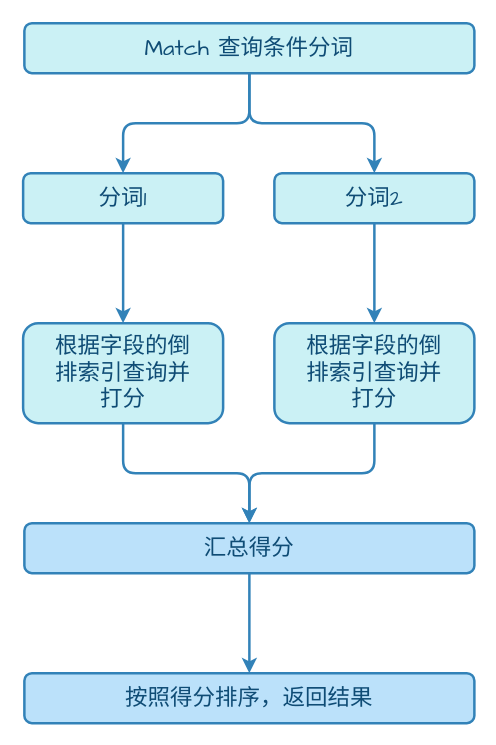
dunwu/waterdrop keeps this draw.io diagram as page "Match查询过程" (1 of 6) of assets/数据库/搜索引擎数据库/Elasticsearch.drawio. Above is the earlier version. Source tidied: cells renumbered, new cells numbered last; positions are measured from the earlier drawing's top-left corner, leaving out a move shared by most shapes. Both pictures are drawn from the tidied source at 125%, with x=0, y=0 at pixel (22, 22).
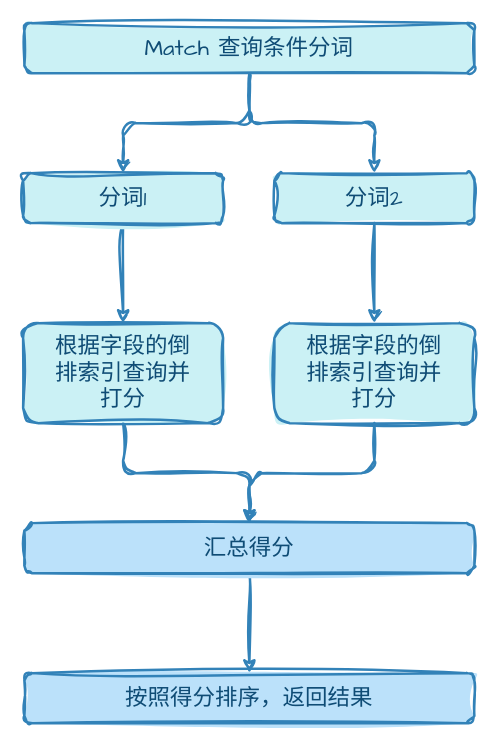
The same page after the edit.

The edit, as a diff of the source:
```diff
@@
 <mxGraphModel>
   <root>
     <mxCell id="0" />
     <mxCell id="1" parent="0" />
-    <mxCell id="2" style="edgeStyle=orthogonalEdgeStyle;shape=connector;rounded=1;jettySize=auto;html=1;exitX=0.5;exitY=1;exitDx=0;exitDy=0;entryX=0.5;entryY=0;entryDx=0;entryDy=0;labelBackgroundColor=default;strokeColor=#3282B8;strokeWidth=2;align=center;verticalAlign=middle;fontFamily=Comic Sans MS;fontSize=18;fontColor=#0F4C75;endArrow=classic;" parent="1" edge="1" source="4" target="6">
+    <mxCell id="2" style="edgeStyle=orthogonalEdgeStyle;shape=connector;rounded=1;jettySize=auto;html=1;exitX=0.5;exitY=1;exitDx=0;exitDy=0;entryX=0.5;entryY=0;entryDx=0;entryDy=0;labelBackgroundColor=default;strokeColor=#3282B8;strokeWidth=2;align=center;verticalAlign=middle;fontFamily=Comic Sans MS;fontSize=18;fontColor=#0F4C75;endArrow=classic;sketch=1;curveFitting=1;jiggle=2;" parent="1" edge="1" source="4" target="6">
       <mxGeometry relative="1" as="geometry" />
     </mxCell>
-    <mxCell id="3" style="edgeStyle=orthogonalEdgeStyle;shape=connector;rounded=1;jettySize=auto;html=1;entryX=0.5;entryY=0;entryDx=0;entryDy=0;labelBackgroundColor=default;strokeColor=#3282B8;strokeWidth=2;align=center;verticalAlign=middle;fontFamily=Comic Sans MS;fontSize=18;fontColor=#0F4C75;endArrow=classic;" parent="1" edge="1" source="4" target="8">
+    <mxCell id="3" style="edgeStyle=orthogonalEdgeStyle;shape=connector;rounded=1;jettySize=auto;html=1;entryX=0.5;entryY=0;entryDx=0;entryDy=0;labelBackgroundColor=default;strokeColor=#3282B8;strokeWidth=2;align=center;verticalAlign=middle;fontFamily=Comic Sans MS;fontSize=18;fontColor=#0F4C75;endArrow=classic;sketch=1;curveFitting=1;jiggle=2;" parent="1" edge="1" source="4" target="8">
       <mxGeometry relative="1" as="geometry" />
     </mxCell>
-    <mxCell id="4" value="Match 查询条件分词" style="rounded=1;whiteSpace=wrap;html=1;shadow=0;strokeColor=#3282B8;strokeWidth=2;align=center;verticalAlign=middle;spacing=20;fontFamily=Comic Sans MS;fontSize=18;fontColor=#0F4C75;fillColor=#CBF1F5;" parent="1" vertex="1">
+    <mxCell id="4" value="Match 查询条件分词" style="rounded=1;whiteSpace=wrap;html=1;shadow=0;strokeColor=#3282B8;strokeWidth=2;align=center;verticalAlign=middle;spacing=20;fontFamily=Comic Sans MS;fontSize=18;fontColor=#0F4C75;fillColor=#CBF1F5;sketch=1;curveFitting=1;jiggle=2;fillStyle=solid;" parent="1" vertex="1">
       <mxGeometry x="1" width="360" height="40" as="geometry" />
     </mxCell>
-    <mxCell id="5" style="edgeStyle=orthogonalEdgeStyle;shape=connector;rounded=1;jettySize=auto;html=1;exitX=0.5;exitY=1;exitDx=0;exitDy=0;entryX=0.5;entryY=0;entryDx=0;entryDy=0;labelBackgroundColor=default;strokeColor=#3282B8;strokeWidth=2;align=center;verticalAlign=middle;fontFamily=Comic Sans MS;fontSize=18;fontColor=#0F4C75;endArrow=classic;" parent="1" edge="1" source="6" target="10">
+    <mxCell id="5" style="edgeStyle=orthogonalEdgeStyle;shape=connector;rounded=1;jettySize=auto;html=1;exitX=0.5;exitY=1;exitDx=0;exitDy=0;entryX=0.5;entryY=0;entryDx=0;entryDy=0;labelBackgroundColor=default;strokeColor=#3282B8;strokeWidth=2;align=center;verticalAlign=middle;fontFamily=Comic Sans MS;fontSize=18;fontColor=#0F4C75;endArrow=classic;sketch=1;curveFitting=1;jiggle=2;" parent="1" edge="1" source="6" target="10">
       <mxGeometry relative="1" as="geometry" />
     </mxCell>
-    <mxCell id="6" value="分词1" style="rounded=1;whiteSpace=wrap;html=1;shadow=0;strokeColor=#3282B8;strokeWidth=2;align=center;verticalAlign=middle;spacing=20;fontFamily=Comic Sans MS;fontSize=18;fontColor=#0F4C75;fillColor=#CBF1F5;" parent="1" vertex="1">
+    <mxCell id="6" value="分词1" style="rounded=1;whiteSpace=wrap;html=1;shadow=0;strokeColor=#3282B8;strokeWidth=2;align=center;verticalAlign=middle;spacing=20;fontFamily=Comic Sans MS;fontSize=18;fontColor=#0F4C75;fillColor=#CBF1F5;sketch=1;curveFitting=1;jiggle=2;fillStyle=solid;" parent="1" vertex="1">
       <mxGeometry y="120" width="160" height="40" as="geometry" />
     </mxCell>
-    <mxCell id="7" style="edgeStyle=orthogonalEdgeStyle;shape=connector;rounded=1;jettySize=auto;html=1;exitX=0.5;exitY=1;exitDx=0;exitDy=0;entryX=0.5;entryY=0;entryDx=0;entryDy=0;labelBackgroundColor=default;strokeColor=#3282B8;strokeWidth=2;align=center;verticalAlign=middle;fontFamily=Comic Sans MS;fontSize=18;fontColor=#0F4C75;endArrow=classic;" parent="1" edge="1" source="8" target="12">
+    <mxCell id="7" style="edgeStyle=orthogonalEdgeStyle;shape=connector;rounded=1;jettySize=auto;html=1;exitX=0.5;exitY=1;exitDx=0;exitDy=0;entryX=0.5;entryY=0;entryDx=0;entryDy=0;labelBackgroundColor=default;strokeColor=#3282B8;strokeWidth=2;align=center;verticalAlign=middle;fontFamily=Comic Sans MS;fontSize=18;fontColor=#0F4C75;endArrow=classic;sketch=1;curveFitting=1;jiggle=2;" parent="1" edge="1" source="8" target="12">
       <mxGeometry relative="1" as="geometry" />
     </mxCell>
-    <mxCell id="8" value="分词2" style="rounded=1;whiteSpace=wrap;html=1;shadow=0;strokeColor=#3282B8;strokeWidth=2;align=center;verticalAlign=middle;spacing=20;fontFamily=Comic Sans MS;fontSize=18;fontColor=#0F4C75;fillColor=#CBF1F5;" parent="1" vertex="1">
+    <mxCell id="8" value="分词2" style="rounded=1;whiteSpace=wrap;html=1;shadow=0;strokeColor=#3282B8;strokeWidth=2;align=center;verticalAlign=middle;spacing=20;fontFamily=Comic Sans MS;fontSize=18;fontColor=#0F4C75;fillColor=#CBF1F5;sketch=1;curveFitting=1;jiggle=2;fillStyle=solid;" parent="1" vertex="1">
       <mxGeometry x="201" y="120" width="160" height="40" as="geometry" />
     </mxCell>
-    <mxCell id="9" style="edgeStyle=orthogonalEdgeStyle;shape=connector;rounded=1;jettySize=auto;html=1;exitX=0.5;exitY=1;exitDx=0;exitDy=0;entryX=0.5;entryY=0;entryDx=0;entryDy=0;labelBackgroundColor=default;strokeColor=#3282B8;strokeWidth=2;align=center;verticalAlign=middle;fontFamily=Comic Sans MS;fontSize=18;fontColor=#0F4C75;endArrow=classic;" parent="1" edge="1" source="10" target="14">
+    <mxCell id="9" style="edgeStyle=orthogonalEdgeStyle;shape=connector;rounded=1;jettySize=auto;html=1;exitX=0.5;exitY=1;exitDx=0;exitDy=0;entryX=0.5;entryY=0;entryDx=0;entryDy=0;labelBackgroundColor=default;strokeColor=#3282B8;strokeWidth=2;align=center;verticalAlign=middle;fontFamily=Comic Sans MS;fontSize=18;fontColor=#0F4C75;endArrow=classic;sketch=1;curveFitting=1;jiggle=2;" parent="1" edge="1" source="10" target="14">
       <mxGeometry relative="1" as="geometry" />
     </mxCell>
-    <mxCell id="10" value="根据字段的倒排索引查询并打分" style="rounded=1;whiteSpace=wrap;html=1;shadow=0;strokeColor=#3282B8;strokeWidth=2;align=center;verticalAlign=middle;spacing=20;fontFamily=Comic Sans MS;fontSize=18;fontColor=#0F4C75;fillColor=#CBF1F5;" parent="1" vertex="1">
+    <mxCell id="10" value="根据字段的倒排索引查询并打分" style="rounded=1;whiteSpace=wrap;html=1;shadow=0;strokeColor=#3282B8;strokeWidth=2;align=center;verticalAlign=middle;spacing=20;fontFamily=Comic Sans MS;fontSize=18;fontColor=#0F4C75;fillColor=#CBF1F5;sketch=1;curveFitting=1;jiggle=2;fillStyle=solid;" parent="1" vertex="1">
       <mxGeometry y="240" width="160" height="80" as="geometry" />
     </mxCell>
-    <mxCell id="11" style="edgeStyle=orthogonalEdgeStyle;shape=connector;rounded=1;jettySize=auto;html=1;exitX=0.5;exitY=1;exitDx=0;exitDy=0;entryX=0.5;entryY=0;entryDx=0;entryDy=0;labelBackgroundColor=default;strokeColor=#3282B8;strokeWidth=2;align=center;verticalAlign=middle;fontFamily=Comic Sans MS;fontSize=18;fontColor=#0F4C75;endArrow=classic;" parent="1" edge="1" source="12" target="14">
+    <mxCell id="11" style="edgeStyle=orthogonalEdgeStyle;shape=connector;rounded=1;jettySize=auto;html=1;exitX=0.5;exitY=1;exitDx=0;exitDy=0;entryX=0.5;entryY=0;entryDx=0;entryDy=0;labelBackgroundColor=default;strokeColor=#3282B8;strokeWidth=2;align=center;verticalAlign=middle;fontFamily=Comic Sans MS;fontSize=18;fontColor=#0F4C75;endArrow=classic;sketch=1;curveFitting=1;jiggle=2;" parent="1" edge="1" source="12" target="14">
       <mxGeometry relative="1" as="geometry" />
     </mxCell>
-    <mxCell id="12" value="根据字段的倒排索引查询并打分" style="rounded=1;whiteSpace=wrap;html=1;shadow=0;strokeColor=#3282B8;strokeWidth=2;align=center;verticalAlign=middle;spacing=20;fontFamily=Comic Sans MS;fontSize=18;fontColor=#0F4C75;fillColor=#CBF1F5;" parent="1" vertex="1">
+    <mxCell id="12" value="根据字段的倒排索引查询并打分" style="rounded=1;whiteSpace=wrap;html=1;shadow=0;strokeColor=#3282B8;strokeWidth=2;align=center;verticalAlign=middle;spacing=20;fontFamily=Comic Sans MS;fontSize=18;fontColor=#0F4C75;fillColor=#CBF1F5;sketch=1;curveFitting=1;jiggle=2;fillStyle=solid;" parent="1" vertex="1">
       <mxGeometry x="201" y="240" width="160" height="80" as="geometry" />
     </mxCell>
-    <mxCell id="13" style="edgeStyle=orthogonalEdgeStyle;shape=connector;rounded=1;jettySize=auto;html=1;exitX=0.5;exitY=1;exitDx=0;exitDy=0;entryX=0.5;entryY=0;entryDx=0;entryDy=0;labelBackgroundColor=default;strokeColor=#3282B8;strokeWidth=2;align=center;verticalAlign=middle;fontFamily=Comic Sans MS;fontSize=18;fontColor=#0F4C75;endArrow=classic;" parent="1" edge="1" source="14" target="15">
+    <mxCell id="13" style="edgeStyle=orthogonalEdgeStyle;shape=connector;rounded=1;jettySize=auto;html=1;exitX=0.5;exitY=1;exitDx=0;exitDy=0;entryX=0.5;entryY=0;entryDx=0;entryDy=0;labelBackgroundColor=default;strokeColor=#3282B8;strokeWidth=2;align=center;verticalAlign=middle;fontFamily=Comic Sans MS;fontSize=18;fontColor=#0F4C75;endArrow=classic;sketch=1;curveFitting=1;jiggle=2;" parent="1" edge="1" source="14" target="15">
       <mxGeometry relative="1" as="geometry" />
     </mxCell>
-    <mxCell id="14" value="汇总得分" style="rounded=1;whiteSpace=wrap;html=1;shadow=0;strokeColor=#3282B8;strokeWidth=2;align=center;verticalAlign=middle;fontFamily=Comic Sans MS;fontSize=18;fontColor=#0F4C75;fillColor=#BBE1FA;" parent="1" vertex="1">
+    <mxCell id="14" value="汇总得分" style="rounded=1;whiteSpace=wrap;html=1;shadow=0;strokeColor=#3282B8;strokeWidth=2;align=center;verticalAlign=middle;fontFamily=Comic Sans MS;fontSize=18;fontColor=#0F4C75;fillColor=#BBE1FA;sketch=1;curveFitting=1;jiggle=2;fillStyle=solid;" parent="1" vertex="1">
       <mxGeometry x="1" y="400" width="360" height="40" as="geometry" />
     </mxCell>
-    <mxCell id="15" value="按照得分排序，返回结果" style="rounded=1;whiteSpace=wrap;html=1;shadow=0;strokeColor=#3282B8;strokeWidth=2;align=center;verticalAlign=middle;fontFamily=Comic Sans MS;fontSize=18;fontColor=#0F4C75;fillColor=#BBE1FA;" parent="1" vertex="1">
+    <mxCell id="15" value="按照得分排序，返回结果" style="rounded=1;whiteSpace=wrap;html=1;shadow=0;strokeColor=#3282B8;strokeWidth=2;align=center;verticalAlign=middle;fontFamily=Comic Sans MS;fontSize=18;fontColor=#0F4C75;fillColor=#BBE1FA;sketch=1;curveFitting=1;jiggle=2;fillStyle=solid;" parent="1" vertex="1">
       <mxGeometry x="1" y="520" width="360" height="40" as="geometry" />
     </mxCell>
   </root>
 </mxGraphModel>
```
